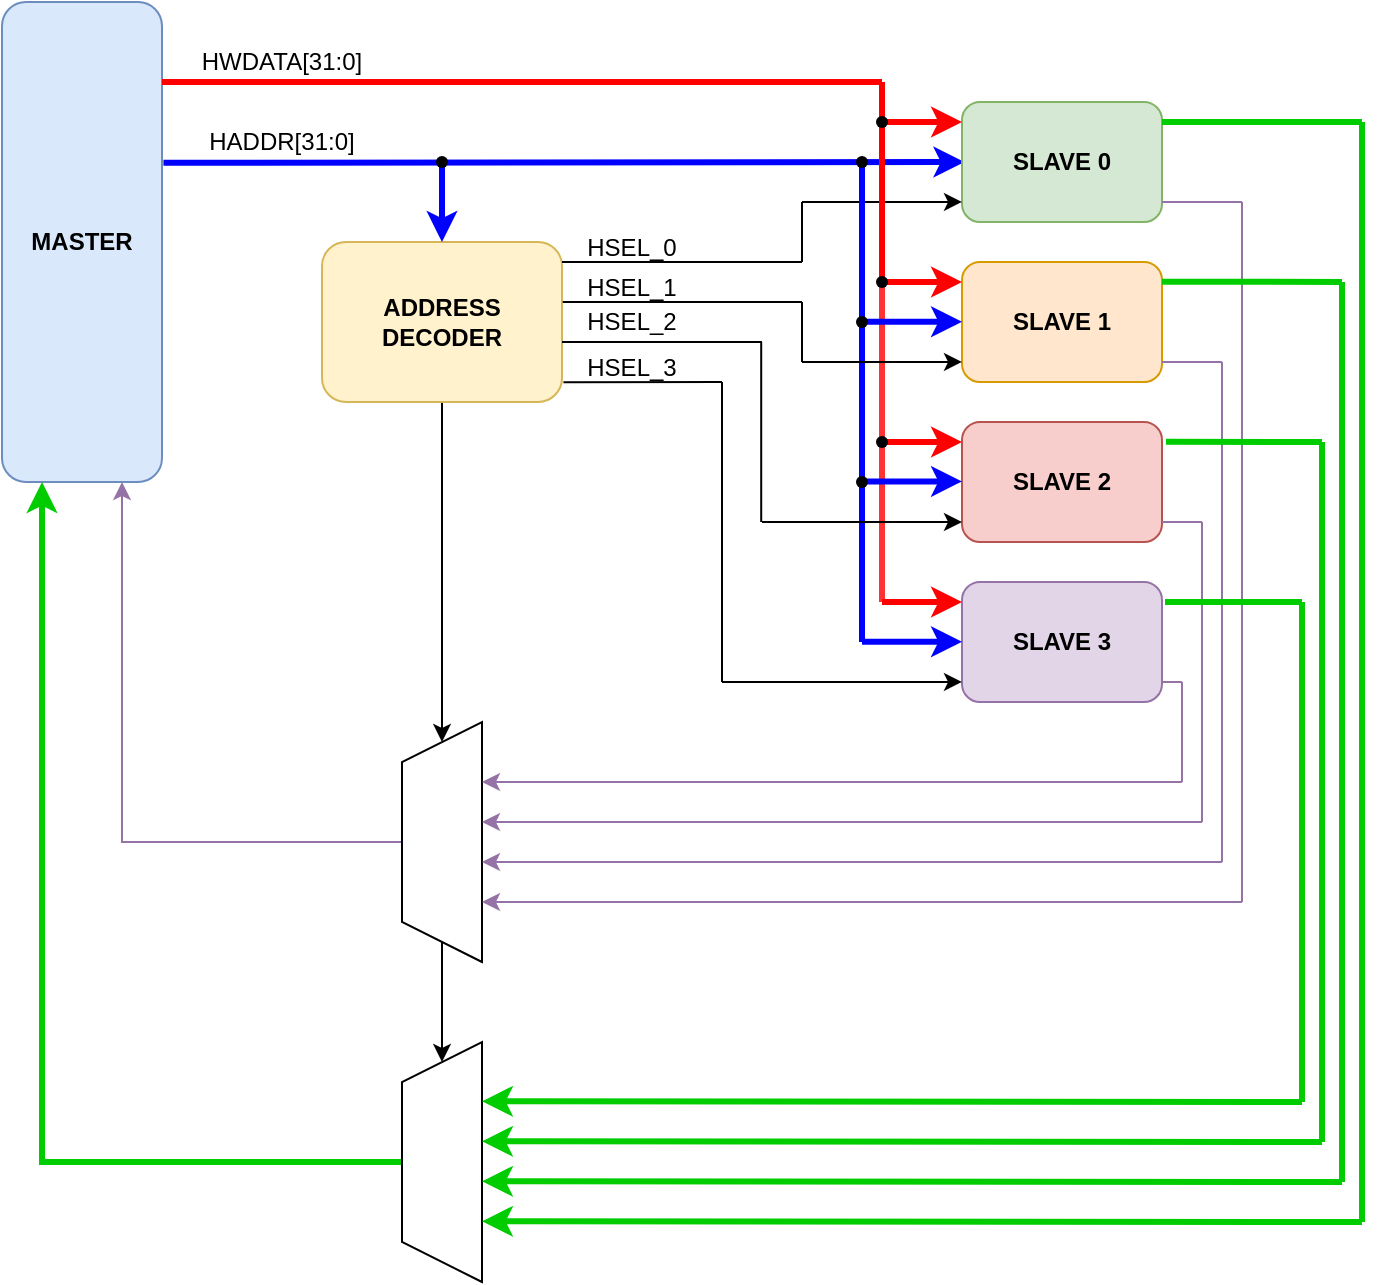
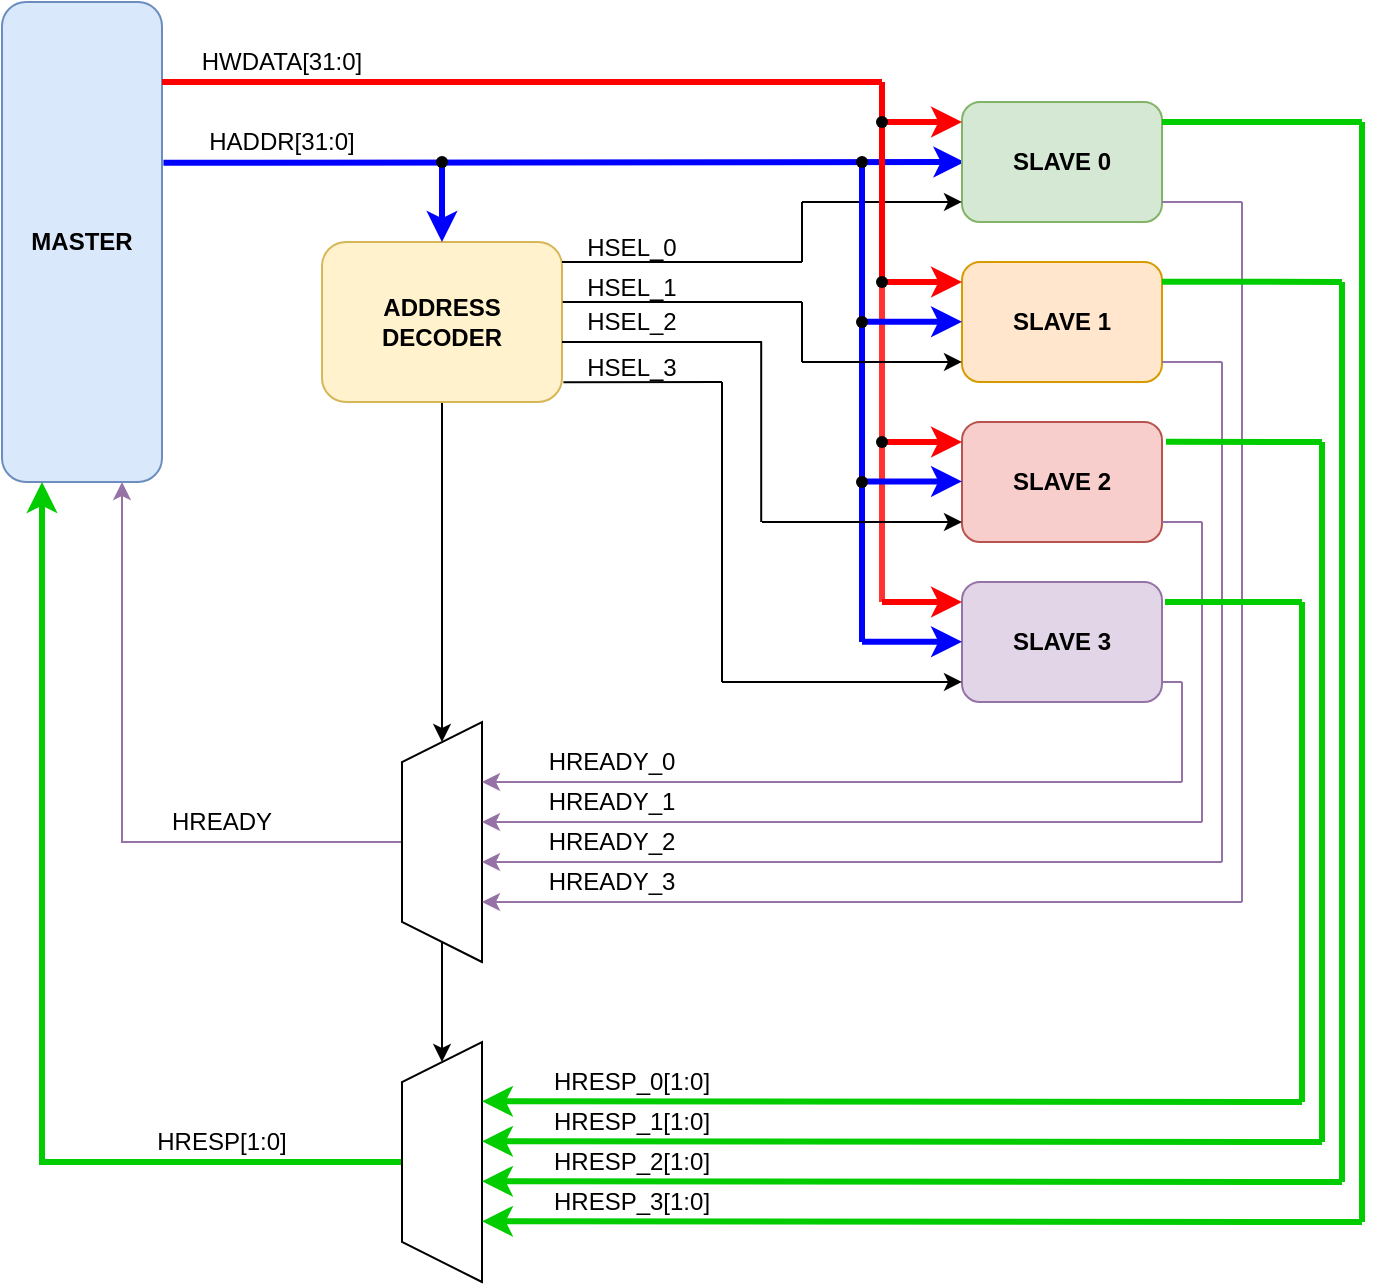
<mxfile host="app.diagrams.net" agent="Mozilla/5.0 (Windows NT 10.0; Win64; x64) AppleWebKit/537.36 (KHTML, like Gecko) Chrome/144.0.0.0 Safari/537.36 Edg/144.0.0.0" pages="4">
  <diagram id="00dOMP4ly3Yvcw6Omt_P" name="AHB Block Diagram">
-     <mxGraphModel dx="637" dy="921" grid="1" gridSize="10" guides="1" tooltips="1" connect="1" arrows="1" fold="1" page="1" pageScale="1" pageWidth="850" pageHeight="1100" math="0" shadow="0">
+     <mxGraphModel dx="364" dy="526" grid="1" gridSize="10" guides="1" tooltips="1" connect="1" arrows="1" fold="1" page="1" pageScale="1" pageWidth="850" pageHeight="1100" math="0" shadow="0">
      <root>
        <mxCell id="0" />
        <mxCell id="1" parent="0" />
        <mxCell id="WVtcaOnAu4kVJNJomXHp-1" parent="1" style="rounded=1;whiteSpace=wrap;html=1;fillColor=#dae8fc;strokeColor=#6c8ebf;" value="&lt;b&gt;MASTER&lt;/b&gt;" vertex="1">
          <mxGeometry height="240" width="80" x="80" y="160" as="geometry" />
        </mxCell>
        <mxCell id="WVtcaOnAu4kVJNJomXHp-55" edge="1" parent="1" source="WVtcaOnAu4kVJNJomXHp-3" style="edgeStyle=orthogonalEdgeStyle;rounded=0;orthogonalLoop=1;jettySize=auto;html=1;entryX=1;entryY=0.5;entryDx=0;entryDy=0;" target="WVtcaOnAu4kVJNJomXHp-53">
          <mxGeometry relative="1" as="geometry" />
        </mxCell>
        <mxCell id="WVtcaOnAu4kVJNJomXHp-3" parent="1" style="rounded=1;whiteSpace=wrap;html=1;fillColor=#fff2cc;strokeColor=#d6b656;" value="&lt;b&gt;ADDRESS DECODER&lt;/b&gt;" vertex="1">
          <mxGeometry height="80" width="120" x="240" y="280" as="geometry" />
        </mxCell>
        <mxCell id="WVtcaOnAu4kVJNJomXHp-4" edge="1" parent="1" source="WVtcaOnAu4kVJNJomXHp-1" style="endArrow=classic;html=1;rounded=0;exitX=1.009;exitY=0.335;exitDx=0;exitDy=0;exitPerimeter=0;strokeWidth=3;strokeColor=#0000FF;" value="">
          <mxGeometry height="50" relative="1" width="50" as="geometry">
            <mxPoint x="170" y="240" as="sourcePoint" />
            <mxPoint x="561.2" y="240" as="targetPoint" />
          </mxGeometry>
        </mxCell>
        <mxCell id="WVtcaOnAu4kVJNJomXHp-5" edge="1" parent="1" source="WVtcaOnAu4kVJNJomXHp-6" style="endArrow=classic;html=1;rounded=0;entryX=0.5;entryY=0;entryDx=0;entryDy=0;strokeWidth=3;strokeColor=#0000FF;" target="WVtcaOnAu4kVJNJomXHp-3" value="">
          <mxGeometry height="50" relative="1" width="50" as="geometry">
            <mxPoint x="340" y="240" as="sourcePoint" />
            <mxPoint x="390" y="190" as="targetPoint" />
          </mxGeometry>
        </mxCell>
        <mxCell id="WVtcaOnAu4kVJNJomXHp-6" parent="1" style="shape=waypoint;sketch=0;fillStyle=solid;size=6;pointerEvents=1;points=[];fillColor=none;resizable=0;rotatable=0;perimeter=centerPerimeter;snapToPoint=1;" value="" vertex="1">
          <mxGeometry height="20" width="20" x="290" y="230" as="geometry" />
        </mxCell>
        <mxCell id="WVtcaOnAu4kVJNJomXHp-7" parent="1" style="rounded=1;whiteSpace=wrap;html=1;fillColor=#d5e8d4;strokeColor=#82b366;fontStyle=1" value="SLAVE 0" vertex="1">
          <mxGeometry height="60" width="100" x="560" y="210" as="geometry" />
        </mxCell>
        <mxCell id="WVtcaOnAu4kVJNJomXHp-8" parent="1" style="rounded=1;whiteSpace=wrap;html=1;fillColor=#ffe6cc;strokeColor=#d79b00;fontStyle=1" value="SLAVE 1" vertex="1">
          <mxGeometry height="60" width="100" x="560" y="290" as="geometry" />
        </mxCell>
        <mxCell id="WVtcaOnAu4kVJNJomXHp-9" parent="1" style="rounded=1;whiteSpace=wrap;html=1;fillColor=#f8cecc;strokeColor=#b85450;fontStyle=1" value="SLAVE 2" vertex="1">
          <mxGeometry height="60" width="100" x="560" y="370" as="geometry" />
        </mxCell>
        <mxCell id="WVtcaOnAu4kVJNJomXHp-10" parent="1" style="rounded=1;whiteSpace=wrap;html=1;fillColor=#e1d5e7;strokeColor=#9673a6;fontStyle=1" value="SLAVE 3" vertex="1">
          <mxGeometry height="60" width="100" x="560" y="450" as="geometry" />
        </mxCell>
        <mxCell id="WVtcaOnAu4kVJNJomXHp-11" edge="1" parent="1" source="WVtcaOnAu4kVJNJomXHp-3" style="endArrow=none;html=1;rounded=0;exitX=1;exitY=0.125;exitDx=0;exitDy=0;exitPerimeter=0;" value="">
          <mxGeometry height="50" relative="1" width="50" as="geometry">
            <mxPoint x="410" y="290" as="sourcePoint" />
            <mxPoint x="480" y="290" as="targetPoint" />
          </mxGeometry>
        </mxCell>
        <mxCell id="WVtcaOnAu4kVJNJomXHp-12" edge="1" parent="1" style="endArrow=none;html=1;rounded=0;" value="">
          <mxGeometry height="50" relative="1" width="50" as="geometry">
            <mxPoint x="480" y="290" as="sourcePoint" />
            <mxPoint x="480" y="260" as="targetPoint" />
          </mxGeometry>
        </mxCell>
        <mxCell id="WVtcaOnAu4kVJNJomXHp-13" edge="1" parent="1" style="endArrow=classic;html=1;rounded=0;entryX=0;entryY=0.833;entryDx=0;entryDy=0;entryPerimeter=0;" target="WVtcaOnAu4kVJNJomXHp-7" value="">
          <mxGeometry height="50" relative="1" width="50" as="geometry">
            <mxPoint x="480" y="260" as="sourcePoint" />
            <mxPoint x="540" y="260" as="targetPoint" />
          </mxGeometry>
        </mxCell>
        <mxCell id="WVtcaOnAu4kVJNJomXHp-18" edge="1" parent="1" style="endArrow=none;html=1;rounded=0;strokeWidth=3;strokeColor=#FF0000;" value="">
          <mxGeometry height="50" relative="1" width="50" as="geometry">
            <mxPoint x="160" y="200" as="sourcePoint" />
            <mxPoint x="520" y="200" as="targetPoint" />
          </mxGeometry>
        </mxCell>
        <mxCell id="WVtcaOnAu4kVJNJomXHp-19" edge="1" parent="1" source="WVtcaOnAu4kVJNJomXHp-25" style="endArrow=none;html=1;rounded=0;strokeWidth=3;strokeColor=#FF0000;" value="">
          <mxGeometry height="50" relative="1" width="50" as="geometry">
            <mxPoint x="520" y="380" as="sourcePoint" />
            <mxPoint x="520" y="200" as="targetPoint" />
          </mxGeometry>
        </mxCell>
        <mxCell id="WVtcaOnAu4kVJNJomXHp-20" edge="1" parent="1" style="endArrow=classic;html=1;rounded=0;entryX=0;entryY=0.167;entryDx=0;entryDy=0;entryPerimeter=0;strokeWidth=3;strokeColor=#FF0000;" target="WVtcaOnAu4kVJNJomXHp-7" value="">
          <mxGeometry height="50" relative="1" width="50" as="geometry">
            <mxPoint x="520" y="220" as="sourcePoint" />
            <mxPoint x="570" y="170" as="targetPoint" />
          </mxGeometry>
        </mxCell>
        <mxCell id="WVtcaOnAu4kVJNJomXHp-22" edge="1" parent="1" style="endArrow=classic;html=1;rounded=0;entryX=0;entryY=0.167;entryDx=0;entryDy=0;entryPerimeter=0;strokeWidth=3;strokeColor=#FF0000;" value="">
          <mxGeometry height="50" relative="1" width="50" as="geometry">
            <mxPoint x="520" y="300" as="sourcePoint" />
            <mxPoint x="560" y="300" as="targetPoint" />
          </mxGeometry>
        </mxCell>
        <mxCell id="WVtcaOnAu4kVJNJomXHp-23" parent="1" style="shape=waypoint;sketch=0;fillStyle=solid;size=6;pointerEvents=1;points=[];fillColor=none;resizable=0;rotatable=0;perimeter=centerPerimeter;snapToPoint=1;" value="" vertex="1">
          <mxGeometry height="20" width="20" x="510" y="210" as="geometry" />
        </mxCell>
        <mxCell id="WVtcaOnAu4kVJNJomXHp-24" edge="1" parent="1" style="endArrow=classic;html=1;rounded=0;entryX=0;entryY=0.167;entryDx=0;entryDy=0;entryPerimeter=0;strokeWidth=3;strokeColor=#FF0000;" value="">
          <mxGeometry height="50" relative="1" width="50" as="geometry">
            <mxPoint x="520" y="380" as="sourcePoint" />
            <mxPoint x="560" y="380" as="targetPoint" />
          </mxGeometry>
        </mxCell>
        <mxCell id="WVtcaOnAu4kVJNJomXHp-26" edge="1" parent="1" style="endArrow=none;html=1;rounded=0;strokeWidth=3;strokeColor=#FF3333;" target="WVtcaOnAu4kVJNJomXHp-25" value="">
          <mxGeometry height="50" relative="1" width="50" as="geometry">
            <mxPoint x="520" y="460" as="sourcePoint" />
            <mxPoint x="520" y="200" as="targetPoint" />
          </mxGeometry>
        </mxCell>
        <mxCell id="WVtcaOnAu4kVJNJomXHp-25" parent="1" style="shape=waypoint;sketch=0;fillStyle=solid;size=6;pointerEvents=1;points=[];fillColor=none;resizable=0;rotatable=0;perimeter=centerPerimeter;snapToPoint=1;" value="" vertex="1">
          <mxGeometry height="20" width="20" x="510" y="290" as="geometry" />
        </mxCell>
        <mxCell id="WVtcaOnAu4kVJNJomXHp-27" edge="1" parent="1" style="endArrow=none;html=1;rounded=0;strokeWidth=3;strokeColor=#0000FF;" target="WVtcaOnAu4kVJNJomXHp-30" value="">
          <mxGeometry height="50" relative="1" width="50" as="geometry">
            <mxPoint x="510" y="480" as="sourcePoint" />
            <mxPoint x="510" y="240" as="targetPoint" />
          </mxGeometry>
        </mxCell>
        <mxCell id="WVtcaOnAu4kVJNJomXHp-28" edge="1" parent="1" style="endArrow=classic;html=1;rounded=0;entryX=0;entryY=0.167;entryDx=0;entryDy=0;entryPerimeter=0;strokeWidth=3;strokeColor=#0000FF;" value="">
          <mxGeometry height="50" relative="1" width="50" as="geometry">
            <mxPoint x="510" y="399.72" as="sourcePoint" />
            <mxPoint x="560" y="399.72" as="targetPoint" />
          </mxGeometry>
        </mxCell>
        <mxCell id="WVtcaOnAu4kVJNJomXHp-29" edge="1" parent="1" style="endArrow=classic;html=1;rounded=0;entryX=0;entryY=0.167;entryDx=0;entryDy=0;entryPerimeter=0;strokeWidth=3;strokeColor=#0000FF;" value="">
          <mxGeometry height="50" relative="1" width="50" as="geometry">
            <mxPoint x="510" y="319.86" as="sourcePoint" />
            <mxPoint x="560" y="319.86" as="targetPoint" />
          </mxGeometry>
        </mxCell>
        <mxCell id="WVtcaOnAu4kVJNJomXHp-30" parent="1" style="shape=waypoint;sketch=0;fillStyle=solid;size=6;pointerEvents=1;points=[];fillColor=none;resizable=0;rotatable=0;perimeter=centerPerimeter;snapToPoint=1;" value="" vertex="1">
          <mxGeometry height="20" width="20" x="500.0000000000001" y="230" as="geometry" />
        </mxCell>
        <mxCell id="WVtcaOnAu4kVJNJomXHp-31" parent="1" style="shape=waypoint;sketch=0;fillStyle=solid;size=6;pointerEvents=1;points=[];fillColor=none;resizable=0;rotatable=0;perimeter=centerPerimeter;snapToPoint=1;" value="" vertex="1">
          <mxGeometry height="20" width="20" x="500" y="310" as="geometry" />
        </mxCell>
        <mxCell id="WVtcaOnAu4kVJNJomXHp-32" edge="1" parent="1" style="endArrow=classic;html=1;rounded=0;entryX=0;entryY=0.167;entryDx=0;entryDy=0;entryPerimeter=0;strokeWidth=3;strokeColor=#FF0000;" value="">
          <mxGeometry height="50" relative="1" width="50" as="geometry">
            <mxPoint x="520" y="460" as="sourcePoint" />
            <mxPoint x="560" y="460" as="targetPoint" />
          </mxGeometry>
        </mxCell>
        <mxCell id="WVtcaOnAu4kVJNJomXHp-33" edge="1" parent="1" style="endArrow=classic;html=1;rounded=0;entryX=0;entryY=0.167;entryDx=0;entryDy=0;entryPerimeter=0;strokeWidth=3;strokeColor=#0000FF;" value="">
          <mxGeometry height="50" relative="1" width="50" as="geometry">
            <mxPoint x="510" y="479.88" as="sourcePoint" />
            <mxPoint x="560" y="479.88" as="targetPoint" />
          </mxGeometry>
        </mxCell>
        <mxCell id="WVtcaOnAu4kVJNJomXHp-34" parent="1" style="shape=waypoint;sketch=0;fillStyle=solid;size=6;pointerEvents=1;points=[];fillColor=none;resizable=0;rotatable=0;perimeter=centerPerimeter;snapToPoint=1;" value="" vertex="1">
          <mxGeometry height="20" width="20" x="510" y="370" as="geometry" />
        </mxCell>
        <mxCell id="WVtcaOnAu4kVJNJomXHp-35" parent="1" style="shape=waypoint;sketch=0;fillStyle=solid;size=6;pointerEvents=1;points=[];fillColor=none;resizable=0;rotatable=0;perimeter=centerPerimeter;snapToPoint=1;" value="" vertex="1">
          <mxGeometry height="20" width="20" x="500" y="390" as="geometry" />
        </mxCell>
        <mxCell id="WVtcaOnAu4kVJNJomXHp-38" edge="1" parent="1" source="WVtcaOnAu4kVJNJomXHp-3" style="endArrow=none;html=1;rounded=0;exitX=1.003;exitY=0.375;exitDx=0;exitDy=0;exitPerimeter=0;" value="">
          <mxGeometry height="50" relative="1" width="50" as="geometry">
            <mxPoint x="400" y="310" as="sourcePoint" />
            <mxPoint x="480" y="310" as="targetPoint" />
          </mxGeometry>
        </mxCell>
        <mxCell id="WVtcaOnAu4kVJNJomXHp-39" edge="1" parent="1" source="WVtcaOnAu4kVJNJomXHp-3" style="endArrow=none;html=1;rounded=0;exitX=1;exitY=0.625;exitDx=0;exitDy=0;exitPerimeter=0;" value="">
          <mxGeometry height="50" relative="1" width="50" as="geometry">
            <mxPoint x="400" y="330" as="sourcePoint" />
            <mxPoint x="460" y="330" as="targetPoint" />
          </mxGeometry>
        </mxCell>
        <mxCell id="WVtcaOnAu4kVJNJomXHp-40" edge="1" parent="1" source="WVtcaOnAu4kVJNJomXHp-3" style="endArrow=none;html=1;rounded=0;exitX=1.006;exitY=0.877;exitDx=0;exitDy=0;exitPerimeter=0;" value="">
          <mxGeometry height="50" relative="1" width="50" as="geometry">
            <mxPoint x="400" y="350" as="sourcePoint" />
            <mxPoint x="440" y="350" as="targetPoint" />
          </mxGeometry>
        </mxCell>
        <mxCell id="WVtcaOnAu4kVJNJomXHp-41" edge="1" parent="1" style="endArrow=none;html=1;rounded=0;" value="">
          <mxGeometry height="50" relative="1" width="50" as="geometry">
            <mxPoint x="440" y="500" as="sourcePoint" />
            <mxPoint x="440" y="350" as="targetPoint" />
          </mxGeometry>
        </mxCell>
        <mxCell id="WVtcaOnAu4kVJNJomXHp-42" edge="1" parent="1" style="endArrow=classic;html=1;rounded=0;entryX=0;entryY=0.833;entryDx=0;entryDy=0;entryPerimeter=0;" target="WVtcaOnAu4kVJNJomXHp-10" value="">
          <mxGeometry height="50" relative="1" width="50" as="geometry">
            <mxPoint x="440" y="499.98" as="sourcePoint" />
            <mxPoint x="470" y="450" as="targetPoint" />
          </mxGeometry>
        </mxCell>
        <mxCell id="WVtcaOnAu4kVJNJomXHp-43" edge="1" parent="1" style="endArrow=none;html=1;rounded=0;" value="">
          <mxGeometry height="50" relative="1" width="50" as="geometry">
            <mxPoint x="459.6" y="420" as="sourcePoint" />
            <mxPoint x="459.6" y="330" as="targetPoint" />
          </mxGeometry>
        </mxCell>
        <mxCell id="WVtcaOnAu4kVJNJomXHp-44" edge="1" parent="1" style="endArrow=classic;html=1;rounded=0;entryX=0;entryY=0.833;entryDx=0;entryDy=0;entryPerimeter=0;" value="">
          <mxGeometry height="50" relative="1" width="50" as="geometry">
            <mxPoint x="460" y="420" as="sourcePoint" />
            <mxPoint x="560" y="420" as="targetPoint" />
          </mxGeometry>
        </mxCell>
        <mxCell id="WVtcaOnAu4kVJNJomXHp-45" edge="1" parent="1" style="endArrow=none;html=1;rounded=0;" value="">
          <mxGeometry height="50" relative="1" width="50" as="geometry">
            <mxPoint x="480" y="340" as="sourcePoint" />
            <mxPoint x="480" y="310" as="targetPoint" />
          </mxGeometry>
        </mxCell>
        <mxCell id="WVtcaOnAu4kVJNJomXHp-46" edge="1" parent="1" style="endArrow=classic;html=1;rounded=0;entryX=0;entryY=0.833;entryDx=0;entryDy=0;entryPerimeter=0;" target="WVtcaOnAu4kVJNJomXHp-8" value="">
          <mxGeometry height="50" relative="1" width="50" as="geometry">
            <mxPoint x="480" y="340" as="sourcePoint" />
            <mxPoint x="550" y="340" as="targetPoint" />
          </mxGeometry>
        </mxCell>
        <mxCell id="WVtcaOnAu4kVJNJomXHp-47" parent="1" style="text;html=1;whiteSpace=wrap;strokeColor=none;fillColor=none;align=center;verticalAlign=middle;rounded=0;" value="HSEL_0" vertex="1">
          <mxGeometry height="15" width="60" x="365" y="275" as="geometry" />
        </mxCell>
        <mxCell id="WVtcaOnAu4kVJNJomXHp-48" parent="1" style="text;html=1;whiteSpace=wrap;strokeColor=none;fillColor=none;align=center;verticalAlign=middle;rounded=0;" value="HSEL_1" vertex="1">
          <mxGeometry height="15" width="60" x="365" y="295" as="geometry" />
        </mxCell>
        <mxCell id="WVtcaOnAu4kVJNJomXHp-49" parent="1" style="text;html=1;whiteSpace=wrap;strokeColor=none;fillColor=none;align=center;verticalAlign=middle;rounded=0;" value="HSEL_2" vertex="1">
          <mxGeometry height="7.5" width="60" x="365" y="316.25" as="geometry" />
        </mxCell>
        <mxCell id="WVtcaOnAu4kVJNJomXHp-50" parent="1" style="text;html=1;whiteSpace=wrap;strokeColor=none;fillColor=none;align=center;verticalAlign=middle;rounded=0;" value="HSEL_3" vertex="1">
          <mxGeometry height="15" width="60" x="365" y="335" as="geometry" />
        </mxCell>
        <mxCell id="WVtcaOnAu4kVJNJomXHp-51" parent="1" style="text;html=1;whiteSpace=wrap;strokeColor=none;fillColor=none;align=center;verticalAlign=middle;rounded=0;" value="HWDATA[31:0]" vertex="1">
          <mxGeometry height="20" width="80" x="180" y="180" as="geometry" />
        </mxCell>
        <mxCell id="WVtcaOnAu4kVJNJomXHp-52" parent="1" style="text;html=1;whiteSpace=wrap;strokeColor=none;fillColor=none;align=center;verticalAlign=middle;rounded=0;" value="HADDR[31:0]" vertex="1">
          <mxGeometry height="20" width="80" x="180" y="220" as="geometry" />
        </mxCell>
        <mxCell id="WVtcaOnAu4kVJNJomXHp-84" edge="1" parent="1" source="WVtcaOnAu4kVJNJomXHp-53" style="edgeStyle=orthogonalEdgeStyle;rounded=0;orthogonalLoop=1;jettySize=auto;html=1;entryX=0.75;entryY=1;entryDx=0;entryDy=0;fillColor=#e1d5e7;strokeColor=#9673a6;" target="WVtcaOnAu4kVJNJomXHp-1">
          <mxGeometry relative="1" as="geometry" />
        </mxCell>
        <mxCell id="WVtcaOnAu4kVJNJomXHp-53" parent="1" style="shape=trapezoid;perimeter=trapezoidPerimeter;whiteSpace=wrap;html=1;fixedSize=1;rotation=-90;" value="" vertex="1">
          <mxGeometry height="40" width="120" x="240" y="560" as="geometry" />
        </mxCell>
        <mxCell id="WVtcaOnAu4kVJNJomXHp-85" edge="1" parent="1" source="WVtcaOnAu4kVJNJomXHp-54" style="edgeStyle=orthogonalEdgeStyle;rounded=0;orthogonalLoop=1;jettySize=auto;html=1;entryX=0.25;entryY=1;entryDx=0;entryDy=0;fillColor=#d5e8d4;strokeColor=#00CC00;strokeWidth=3;" target="WVtcaOnAu4kVJNJomXHp-1">
          <mxGeometry relative="1" as="geometry" />
        </mxCell>
        <mxCell id="WVtcaOnAu4kVJNJomXHp-54" parent="1" style="shape=trapezoid;perimeter=trapezoidPerimeter;whiteSpace=wrap;html=1;fixedSize=1;rotation=-90;" value="" vertex="1">
          <mxGeometry height="40" width="120" x="240" y="720" as="geometry" />
        </mxCell>
        <mxCell id="WVtcaOnAu4kVJNJomXHp-56" edge="1" parent="1" source="WVtcaOnAu4kVJNJomXHp-53" style="endArrow=classic;html=1;rounded=0;exitX=0;exitY=0.5;exitDx=0;exitDy=0;entryX=1;entryY=0.5;entryDx=0;entryDy=0;" target="WVtcaOnAu4kVJNJomXHp-54" value="">
          <mxGeometry height="50" relative="1" width="50" as="geometry">
            <mxPoint x="360" y="680" as="sourcePoint" />
            <mxPoint x="410" y="630" as="targetPoint" />
          </mxGeometry>
        </mxCell>
        <mxCell id="WVtcaOnAu4kVJNJomXHp-58" edge="1" parent="1" style="endArrow=classic;html=1;rounded=0;fillColor=#e1d5e7;strokeColor=#9673a6;" value="">
          <mxGeometry height="50" relative="1" width="50" as="geometry">
            <mxPoint x="670" y="550" as="sourcePoint" />
            <mxPoint x="320" y="550" as="targetPoint" />
          </mxGeometry>
        </mxCell>
        <mxCell id="WVtcaOnAu4kVJNJomXHp-59" edge="1" parent="1" style="endArrow=classic;html=1;rounded=0;fillColor=#e1d5e7;strokeColor=#9673a6;" value="">
          <mxGeometry height="50" relative="1" width="50" as="geometry">
            <mxPoint x="680" y="570" as="sourcePoint" />
            <mxPoint x="320" y="570" as="targetPoint" />
          </mxGeometry>
        </mxCell>
        <mxCell id="WVtcaOnAu4kVJNJomXHp-60" edge="1" parent="1" style="endArrow=classic;html=1;rounded=0;fillColor=#e1d5e7;strokeColor=#9673a6;" value="">
          <mxGeometry height="50" relative="1" width="50" as="geometry">
            <mxPoint x="690" y="590" as="sourcePoint" />
            <mxPoint x="320" y="590" as="targetPoint" />
          </mxGeometry>
        </mxCell>
        <mxCell id="WVtcaOnAu4kVJNJomXHp-61" edge="1" parent="1" style="endArrow=classic;html=1;rounded=0;fillColor=#e1d5e7;strokeColor=#9673a6;" value="">
          <mxGeometry height="50" relative="1" width="50" as="geometry">
            <mxPoint x="700" y="610" as="sourcePoint" />
            <mxPoint x="320" y="610" as="targetPoint" />
          </mxGeometry>
        </mxCell>
        <mxCell id="WVtcaOnAu4kVJNJomXHp-62" edge="1" parent="1" style="endArrow=none;html=1;rounded=0;fillColor=#e1d5e7;strokeColor=#9673a6;" value="">
          <mxGeometry height="50" relative="1" width="50" as="geometry">
            <mxPoint x="670" y="550" as="sourcePoint" />
            <mxPoint x="670" y="500" as="targetPoint" />
          </mxGeometry>
        </mxCell>
        <mxCell id="WVtcaOnAu4kVJNJomXHp-63" edge="1" parent="1" style="endArrow=none;html=1;rounded=0;fillColor=#e1d5e7;strokeColor=#9673a6;" value="">
          <mxGeometry height="50" relative="1" width="50" as="geometry">
            <mxPoint x="660" y="500" as="sourcePoint" />
            <mxPoint x="670" y="500" as="targetPoint" />
          </mxGeometry>
        </mxCell>
        <mxCell id="WVtcaOnAu4kVJNJomXHp-64" edge="1" parent="1" style="endArrow=none;html=1;rounded=0;fillColor=#e1d5e7;strokeColor=#9673a6;" value="">
          <mxGeometry height="50" relative="1" width="50" as="geometry">
            <mxPoint x="680" y="570" as="sourcePoint" />
            <mxPoint x="680" y="420" as="targetPoint" />
          </mxGeometry>
        </mxCell>
        <mxCell id="WVtcaOnAu4kVJNJomXHp-65" edge="1" parent="1" style="endArrow=none;html=1;rounded=0;fillColor=#e1d5e7;strokeColor=#9673a6;" value="">
          <mxGeometry height="50" relative="1" width="50" as="geometry">
            <mxPoint x="660" y="420" as="sourcePoint" />
            <mxPoint x="680" y="420" as="targetPoint" />
          </mxGeometry>
        </mxCell>
        <mxCell id="WVtcaOnAu4kVJNJomXHp-66" edge="1" parent="1" style="endArrow=none;html=1;rounded=0;fillColor=#e1d5e7;strokeColor=#9673a6;" value="">
          <mxGeometry height="50" relative="1" width="50" as="geometry">
            <mxPoint x="690" y="590" as="sourcePoint" />
            <mxPoint x="690" y="340" as="targetPoint" />
          </mxGeometry>
        </mxCell>
        <mxCell id="WVtcaOnAu4kVJNJomXHp-67" edge="1" parent="1" style="endArrow=none;html=1;rounded=0;fillColor=#e1d5e7;strokeColor=#9673a6;" value="">
          <mxGeometry height="50" relative="1" width="50" as="geometry">
            <mxPoint x="660" y="340" as="sourcePoint" />
            <mxPoint x="690" y="340" as="targetPoint" />
          </mxGeometry>
        </mxCell>
        <mxCell id="WVtcaOnAu4kVJNJomXHp-69" edge="1" parent="1" style="endArrow=none;html=1;rounded=0;fillColor=#e1d5e7;strokeColor=#9673a6;" value="">
          <mxGeometry height="50" relative="1" width="50" as="geometry">
            <mxPoint x="700" y="610" as="sourcePoint" />
            <mxPoint x="700" y="260" as="targetPoint" />
          </mxGeometry>
        </mxCell>
        <mxCell id="WVtcaOnAu4kVJNJomXHp-71" edge="1" parent="1" style="endArrow=none;html=1;rounded=0;fillColor=#e1d5e7;strokeColor=#9673a6;" value="">
          <mxGeometry height="50" relative="1" width="50" as="geometry">
            <mxPoint x="660" y="260" as="sourcePoint" />
            <mxPoint x="700" y="260" as="targetPoint" />
          </mxGeometry>
        </mxCell>
        <mxCell id="WVtcaOnAu4kVJNJomXHp-72" edge="1" parent="1" style="endArrow=classic;html=1;rounded=0;strokeColor=#00CC00;strokeWidth=3;" value="">
          <mxGeometry height="50" relative="1" width="50" as="geometry">
            <mxPoint x="730" y="710" as="sourcePoint" />
            <mxPoint x="320" y="709.66" as="targetPoint" />
          </mxGeometry>
        </mxCell>
        <mxCell id="WVtcaOnAu4kVJNJomXHp-73" edge="1" parent="1" style="endArrow=classic;html=1;rounded=0;strokeColor=#00CC00;strokeWidth=3;" value="">
          <mxGeometry height="50" relative="1" width="50" as="geometry">
            <mxPoint x="740" y="730" as="sourcePoint" />
            <mxPoint x="320" y="729.66" as="targetPoint" />
          </mxGeometry>
        </mxCell>
        <mxCell id="WVtcaOnAu4kVJNJomXHp-74" edge="1" parent="1" style="endArrow=classic;html=1;rounded=0;strokeColor=#00CC00;strokeWidth=3;" value="">
          <mxGeometry height="50" relative="1" width="50" as="geometry">
            <mxPoint x="750" y="750" as="sourcePoint" />
            <mxPoint x="320" y="749.66" as="targetPoint" />
          </mxGeometry>
        </mxCell>
        <mxCell id="WVtcaOnAu4kVJNJomXHp-75" edge="1" parent="1" style="endArrow=classic;html=1;rounded=0;strokeColor=#00CC00;strokeWidth=3;" value="">
          <mxGeometry height="50" relative="1" width="50" as="geometry">
            <mxPoint x="760" y="770" as="sourcePoint" />
            <mxPoint x="320" y="769.66" as="targetPoint" />
          </mxGeometry>
        </mxCell>
        <mxCell id="WVtcaOnAu4kVJNJomXHp-76" edge="1" parent="1" style="endArrow=none;html=1;rounded=0;strokeColor=#00CC00;strokeWidth=3;" value="">
          <mxGeometry height="50" relative="1" width="50" as="geometry">
            <mxPoint x="730" y="710" as="sourcePoint" />
            <mxPoint x="730" y="460" as="targetPoint" />
          </mxGeometry>
        </mxCell>
        <mxCell id="WVtcaOnAu4kVJNJomXHp-77" edge="1" parent="1" style="endArrow=none;html=1;rounded=0;strokeColor=#00CC00;strokeWidth=3;" value="">
          <mxGeometry height="50" relative="1" width="50" as="geometry">
            <mxPoint x="740" y="730" as="sourcePoint" />
            <mxPoint x="740" y="380" as="targetPoint" />
          </mxGeometry>
        </mxCell>
        <mxCell id="WVtcaOnAu4kVJNJomXHp-78" edge="1" parent="1" style="endArrow=none;html=1;rounded=0;strokeColor=#00CC00;strokeWidth=3;" value="">
          <mxGeometry height="50" relative="1" width="50" as="geometry">
            <mxPoint x="750" y="750" as="sourcePoint" />
            <mxPoint x="750" y="300" as="targetPoint" />
          </mxGeometry>
        </mxCell>
        <mxCell id="WVtcaOnAu4kVJNJomXHp-79" edge="1" parent="1" style="endArrow=none;html=1;rounded=0;strokeColor=#00CC00;strokeWidth=3;" value="">
          <mxGeometry height="50" relative="1" width="50" as="geometry">
            <mxPoint x="760" y="770" as="sourcePoint" />
            <mxPoint x="760" y="220" as="targetPoint" />
          </mxGeometry>
        </mxCell>
        <mxCell id="WVtcaOnAu4kVJNJomXHp-80" edge="1" parent="1" source="WVtcaOnAu4kVJNJomXHp-10" style="endArrow=none;html=1;rounded=0;exitX=1.015;exitY=0.166;exitDx=0;exitDy=0;exitPerimeter=0;strokeColor=#00CC00;strokeWidth=3;" value="">
          <mxGeometry height="50" relative="1" width="50" as="geometry">
            <mxPoint x="680" y="510" as="sourcePoint" />
            <mxPoint x="730" y="460" as="targetPoint" />
          </mxGeometry>
        </mxCell>
        <mxCell id="WVtcaOnAu4kVJNJomXHp-81" edge="1" parent="1" style="endArrow=none;html=1;rounded=0;exitX=1.015;exitY=0.166;exitDx=0;exitDy=0;exitPerimeter=0;strokeColor=#00CC00;strokeWidth=3;" value="">
          <mxGeometry height="50" relative="1" width="50" as="geometry">
            <mxPoint x="662" y="379.87" as="sourcePoint" />
            <mxPoint x="740" y="380" as="targetPoint" />
          </mxGeometry>
        </mxCell>
        <mxCell id="WVtcaOnAu4kVJNJomXHp-82" edge="1" parent="1" style="endArrow=none;html=1;rounded=0;exitX=1.015;exitY=0.166;exitDx=0;exitDy=0;exitPerimeter=0;strokeColor=#00CC00;strokeWidth=3;" value="">
          <mxGeometry height="50" relative="1" width="50" as="geometry">
            <mxPoint x="660" y="299.83" as="sourcePoint" />
            <mxPoint x="750" y="300" as="targetPoint" />
          </mxGeometry>
        </mxCell>
        <mxCell id="WVtcaOnAu4kVJNJomXHp-83" edge="1" parent="1" style="endArrow=none;html=1;rounded=0;exitX=1.015;exitY=0.166;exitDx=0;exitDy=0;exitPerimeter=0;strokeColor=#00CC00;strokeWidth=3;" value="">
          <mxGeometry height="50" relative="1" width="50" as="geometry">
            <mxPoint x="660" y="220" as="sourcePoint" />
            <mxPoint x="760" y="220" as="targetPoint" />
          </mxGeometry>
+         </mxCell>
+         <mxCell id="WVtcaOnAu4kVJNJomXHp-86" parent="1" style="text;html=1;whiteSpace=wrap;strokeColor=none;fillColor=none;align=center;verticalAlign=middle;rounded=0;" value="HREADY_0" vertex="1">
+           <mxGeometry height="20" width="80" x="345" y="530" as="geometry" />
+         </mxCell>
+         <mxCell id="WVtcaOnAu4kVJNJomXHp-87" parent="1" style="text;html=1;whiteSpace=wrap;strokeColor=none;fillColor=none;align=center;verticalAlign=middle;rounded=0;" value="HREADY_1" vertex="1">
+           <mxGeometry height="20" width="80" x="345" y="550" as="geometry" />
+         </mxCell>
+         <mxCell id="WVtcaOnAu4kVJNJomXHp-88" parent="1" style="text;html=1;whiteSpace=wrap;strokeColor=none;fillColor=none;align=center;verticalAlign=middle;rounded=0;" value="HREADY_2" vertex="1">
+           <mxGeometry height="20" width="80" x="345" y="570" as="geometry" />
+         </mxCell>
+         <mxCell id="WVtcaOnAu4kVJNJomXHp-92" parent="1" style="text;html=1;whiteSpace=wrap;strokeColor=none;fillColor=none;align=center;verticalAlign=middle;rounded=0;" value="HREADY_3" vertex="1">
+           <mxGeometry height="20" width="80" x="345" y="590" as="geometry" />
+         </mxCell>
+         <mxCell id="WVtcaOnAu4kVJNJomXHp-93" parent="1" style="text;html=1;whiteSpace=wrap;strokeColor=none;fillColor=none;align=center;verticalAlign=middle;rounded=0;" value="HRESP_0[1:0]" vertex="1">
+           <mxGeometry height="20" width="80" x="355" y="690" as="geometry" />
+         </mxCell>
+         <mxCell id="WVtcaOnAu4kVJNJomXHp-94" parent="1" style="text;html=1;whiteSpace=wrap;strokeColor=none;fillColor=none;align=center;verticalAlign=middle;rounded=0;" value="HRESP_1[1:0]" vertex="1">
+           <mxGeometry height="20" width="80" x="355" y="710" as="geometry" />
+         </mxCell>
+         <mxCell id="WVtcaOnAu4kVJNJomXHp-95" parent="1" style="text;html=1;whiteSpace=wrap;strokeColor=none;fillColor=none;align=center;verticalAlign=middle;rounded=0;" value="HRESP_2[1:0]" vertex="1">
+           <mxGeometry height="20" width="80" x="355" y="730" as="geometry" />
+         </mxCell>
+         <mxCell id="WVtcaOnAu4kVJNJomXHp-96" parent="1" style="text;html=1;whiteSpace=wrap;strokeColor=none;fillColor=none;align=center;verticalAlign=middle;rounded=0;" value="HRESP_3[1:0]" vertex="1">
+           <mxGeometry height="20" width="80" x="355" y="750" as="geometry" />
+         </mxCell>
+         <mxCell id="WVtcaOnAu4kVJNJomXHp-97" parent="1" style="text;html=1;whiteSpace=wrap;strokeColor=none;fillColor=none;align=center;verticalAlign=middle;rounded=0;" value="HRESP[1:0]" vertex="1">
+           <mxGeometry height="20" width="80" x="150" y="720" as="geometry" />
+         </mxCell>
+         <mxCell id="WVtcaOnAu4kVJNJomXHp-98" parent="1" style="text;html=1;whiteSpace=wrap;strokeColor=none;fillColor=none;align=center;verticalAlign=middle;rounded=0;" value="HREADY" vertex="1">
+           <mxGeometry height="20" width="80" x="150" y="560" as="geometry" />
        </mxCell>
      </root>
    </mxGraphModel>
  </diagram>
  <diagram name="AHB Interface" id="AxdGKtdG9Rmgfqjtrl1U">
    <mxGraphModel dx="2046" dy="1106" grid="1" gridSize="10" guides="1" tooltips="1" connect="1" arrows="1" fold="1" page="1" pageScale="1" pageWidth="850" pageHeight="1100" math="0" shadow="0">
      <root>
        <mxCell id="0" />
        <mxCell id="1" parent="0" />
        <mxCell id="BZ9neWvH9tw47nREzwFn-1" parent="1" style="rounded=0;whiteSpace=wrap;html=1;" value="&lt;font style=&quot;font-size: 16px;&quot;&gt;&lt;b&gt;Manager&lt;/b&gt;&lt;/font&gt;" vertex="1">
          <mxGeometry height="200" width="120" x="400" y="80" as="geometry" />
        </mxCell>
        <mxCell id="BZ9neWvH9tw47nREzwFn-2" edge="1" parent="1" style="endArrow=classic;html=1;rounded=0;" value="">
          <mxGeometry height="50" relative="1" width="50" as="geometry">
            <mxPoint x="360" y="100" as="sourcePoint" />
            <mxPoint x="400" y="100" as="targetPoint" />
          </mxGeometry>
        </mxCell>
        <mxCell id="BZ9neWvH9tw47nREzwFn-3" edge="1" parent="1" style="endArrow=classic;html=1;rounded=0;" value="">
          <mxGeometry height="50" relative="1" width="50" as="geometry">
            <mxPoint x="360" y="120" as="sourcePoint" />
            <mxPoint x="400" y="120" as="targetPoint" />
          </mxGeometry>
        </mxCell>
        <mxCell id="BZ9neWvH9tw47nREzwFn-4" parent="1" style="text;html=1;whiteSpace=wrap;strokeColor=none;fillColor=none;align=center;verticalAlign=middle;rounded=0;fontStyle=1" value="HCLK" vertex="1">
          <mxGeometry height="20" width="40" x="320" y="90" as="geometry" />
        </mxCell>
        <mxCell id="BZ9neWvH9tw47nREzwFn-5" parent="1" style="text;html=1;whiteSpace=wrap;strokeColor=none;fillColor=none;align=center;verticalAlign=middle;rounded=0;fontStyle=1" value="HRESETn" vertex="1">
          <mxGeometry height="20" width="60" x="300" y="110" as="geometry" />
        </mxCell>
        <mxCell id="BZ9neWvH9tw47nREzwFn-6" parent="1" style="text;html=1;whiteSpace=wrap;strokeColor=none;fillColor=none;align=center;verticalAlign=middle;rounded=0;fontStyle=1" value="HREADY" vertex="1">
          <mxGeometry height="20" width="60" x="300" y="150" as="geometry" />
        </mxCell>
        <mxCell id="BZ9neWvH9tw47nREzwFn-7" edge="1" parent="1" style="endArrow=classic;html=1;rounded=0;" value="">
          <mxGeometry height="50" relative="1" width="50" as="geometry">
            <mxPoint x="360" y="160" as="sourcePoint" />
            <mxPoint x="400" y="160" as="targetPoint" />
          </mxGeometry>
        </mxCell>
        <mxCell id="BZ9neWvH9tw47nREzwFn-8" edge="1" parent="1" style="endArrow=classic;html=1;rounded=0;" value="">
          <mxGeometry height="50" relative="1" width="50" as="geometry">
            <mxPoint x="360" y="180" as="sourcePoint" />
            <mxPoint x="400" y="180" as="targetPoint" />
          </mxGeometry>
        </mxCell>
        <mxCell id="BZ9neWvH9tw47nREzwFn-9" parent="1" style="text;html=1;whiteSpace=wrap;strokeColor=none;fillColor=none;align=center;verticalAlign=middle;rounded=0;fontStyle=1" value="HSELx" vertex="1">
          <mxGeometry height="20" width="60" x="310" y="430" as="geometry" />
        </mxCell>
        <mxCell id="BZ9neWvH9tw47nREzwFn-10" edge="1" parent="1" style="endArrow=classic;html=1;rounded=0;" value="">
          <mxGeometry height="50" relative="1" width="50" as="geometry">
            <mxPoint x="360" y="260" as="sourcePoint" />
            <mxPoint x="400" y="260" as="targetPoint" />
          </mxGeometry>
        </mxCell>
        <mxCell id="BZ9neWvH9tw47nREzwFn-11" parent="1" style="text;html=1;whiteSpace=wrap;strokeColor=none;fillColor=none;align=center;verticalAlign=middle;rounded=0;fontStyle=1" value="HRDATA[31:0]" vertex="1">
          <mxGeometry height="20" width="90" x="270" y="250" as="geometry" />
        </mxCell>
        <mxCell id="BZ9neWvH9tw47nREzwFn-12" edge="1" parent="1" style="endArrow=classic;html=1;rounded=0;" value="">
          <mxGeometry height="50" relative="1" width="50" as="geometry">
            <mxPoint x="520" y="99.83" as="sourcePoint" />
            <mxPoint x="560" y="99.83" as="targetPoint" />
          </mxGeometry>
        </mxCell>
        <mxCell id="BZ9neWvH9tw47nREzwFn-13" edge="1" parent="1" style="endArrow=classic;html=1;rounded=0;" value="">
          <mxGeometry height="50" relative="1" width="50" as="geometry">
            <mxPoint x="520" y="119.83" as="sourcePoint" />
            <mxPoint x="560" y="119.83" as="targetPoint" />
          </mxGeometry>
        </mxCell>
        <mxCell id="BZ9neWvH9tw47nREzwFn-14" edge="1" parent="1" style="endArrow=classic;html=1;rounded=0;" value="">
          <mxGeometry height="50" relative="1" width="50" as="geometry">
            <mxPoint x="520" y="159.83" as="sourcePoint" />
            <mxPoint x="560" y="159.83" as="targetPoint" />
          </mxGeometry>
        </mxCell>
        <mxCell id="BZ9neWvH9tw47nREzwFn-15" edge="1" parent="1" style="endArrow=classic;html=1;rounded=0;" value="">
          <mxGeometry height="50" relative="1" width="50" as="geometry">
            <mxPoint x="520" y="140" as="sourcePoint" />
            <mxPoint x="560" y="140" as="targetPoint" />
          </mxGeometry>
        </mxCell>
        <mxCell id="BZ9neWvH9tw47nREzwFn-16" edge="1" parent="1" style="endArrow=classic;html=1;rounded=0;" value="">
          <mxGeometry height="50" relative="1" width="50" as="geometry">
            <mxPoint x="520" y="179.83" as="sourcePoint" />
            <mxPoint x="560" y="179.83" as="targetPoint" />
          </mxGeometry>
        </mxCell>
        <mxCell id="BZ9neWvH9tw47nREzwFn-17" edge="1" parent="1" style="endArrow=classic;html=1;rounded=0;" value="">
          <mxGeometry height="50" relative="1" width="50" as="geometry">
            <mxPoint x="520" y="200" as="sourcePoint" />
            <mxPoint x="560" y="200" as="targetPoint" />
          </mxGeometry>
        </mxCell>
        <mxCell id="BZ9neWvH9tw47nREzwFn-18" parent="1" style="text;html=1;whiteSpace=wrap;strokeColor=none;fillColor=none;align=center;verticalAlign=middle;rounded=0;fontStyle=1" value="HADDR[31:0]" vertex="1">
          <mxGeometry height="20" width="80" x="560" y="90" as="geometry" />
        </mxCell>
        <mxCell id="BZ9neWvH9tw47nREzwFn-19" parent="1" style="text;html=1;whiteSpace=wrap;strokeColor=none;fillColor=none;align=center;verticalAlign=middle;rounded=0;fontStyle=1" value="HWRITE" vertex="1">
          <mxGeometry height="20" width="60" x="560" y="110" as="geometry" />
        </mxCell>
        <mxCell id="BZ9neWvH9tw47nREzwFn-20" parent="1" style="text;html=1;whiteSpace=wrap;strokeColor=none;fillColor=none;align=center;verticalAlign=middle;rounded=0;fontStyle=1" value="HSIZE[2:0]" vertex="1">
          <mxGeometry height="20" width="70" x="560" y="130" as="geometry" />
        </mxCell>
        <mxCell id="BZ9neWvH9tw47nREzwFn-21" parent="1" style="text;html=1;whiteSpace=wrap;strokeColor=none;fillColor=none;align=center;verticalAlign=middle;rounded=0;fontStyle=1" value="HBURST[2:0]" vertex="1">
          <mxGeometry height="20" width="80" x="560" y="150" as="geometry" />
        </mxCell>
        <mxCell id="BZ9neWvH9tw47nREzwFn-22" parent="1" style="text;html=1;whiteSpace=wrap;strokeColor=none;fillColor=none;align=center;verticalAlign=middle;rounded=0;fontStyle=1" value="HPROT[3:0]" vertex="1">
          <mxGeometry height="20" width="80" x="560" y="170" as="geometry" />
        </mxCell>
        <mxCell id="BZ9neWvH9tw47nREzwFn-23" parent="1" style="text;html=1;whiteSpace=wrap;strokeColor=none;fillColor=none;align=center;verticalAlign=middle;rounded=0;fontStyle=1" value="HTRANS[1:0]" vertex="1">
          <mxGeometry height="20" width="80" x="560" y="190" as="geometry" />
        </mxCell>
        <mxCell id="BZ9neWvH9tw47nREzwFn-24" edge="1" parent="1" style="endArrow=classic;html=1;rounded=0;" value="">
          <mxGeometry height="50" relative="1" width="50" as="geometry">
            <mxPoint x="520" y="220" as="sourcePoint" />
            <mxPoint x="560" y="220" as="targetPoint" />
          </mxGeometry>
        </mxCell>
        <mxCell id="BZ9neWvH9tw47nREzwFn-25" parent="1" style="text;html=1;whiteSpace=wrap;strokeColor=none;fillColor=none;align=center;verticalAlign=middle;rounded=0;fontStyle=1" value="HMASTLOCK" vertex="1">
          <mxGeometry height="20" width="80" x="560" y="210" as="geometry" />
        </mxCell>
        <mxCell id="BZ9neWvH9tw47nREzwFn-26" edge="1" parent="1" style="endArrow=classic;html=1;rounded=0;" value="">
          <mxGeometry height="50" relative="1" width="50" as="geometry">
            <mxPoint x="520" y="259.8" as="sourcePoint" />
            <mxPoint x="560" y="259.8" as="targetPoint" />
          </mxGeometry>
        </mxCell>
        <mxCell id="BZ9neWvH9tw47nREzwFn-30" parent="1" style="text;html=1;whiteSpace=wrap;strokeColor=none;fillColor=none;align=center;verticalAlign=middle;rounded=0;fontStyle=1" value="HWDATA[31:0]" vertex="1">
          <mxGeometry height="20" width="95" x="555" y="250" as="geometry" />
        </mxCell>
        <mxCell id="BZ9neWvH9tw47nREzwFn-31" parent="1" style="rounded=0;whiteSpace=wrap;html=1;" value="&lt;font style=&quot;font-size: 16px;&quot;&gt;&lt;b&gt;Slave&lt;/b&gt;&lt;/font&gt;" vertex="1">
          <mxGeometry height="320" width="120" x="400" y="360" as="geometry" />
        </mxCell>
        <mxCell id="BZ9neWvH9tw47nREzwFn-32" edge="1" parent="1" style="endArrow=classic;html=1;rounded=0;" value="">
          <mxGeometry height="50" relative="1" width="50" as="geometry">
            <mxPoint x="360" y="489.83" as="sourcePoint" />
            <mxPoint x="400" y="489.83" as="targetPoint" />
          </mxGeometry>
        </mxCell>
        <mxCell id="BZ9neWvH9tw47nREzwFn-33" edge="1" parent="1" style="endArrow=classic;html=1;rounded=0;" value="">
          <mxGeometry height="50" relative="1" width="50" as="geometry">
            <mxPoint x="360" y="509.83" as="sourcePoint" />
            <mxPoint x="400" y="509.83" as="targetPoint" />
          </mxGeometry>
        </mxCell>
        <mxCell id="BZ9neWvH9tw47nREzwFn-34" edge="1" parent="1" style="endArrow=classic;html=1;rounded=0;" value="">
          <mxGeometry height="50" relative="1" width="50" as="geometry">
            <mxPoint x="360" y="549.83" as="sourcePoint" />
            <mxPoint x="400" y="549.83" as="targetPoint" />
          </mxGeometry>
        </mxCell>
        <mxCell id="BZ9neWvH9tw47nREzwFn-35" edge="1" parent="1" style="endArrow=classic;html=1;rounded=0;" value="">
          <mxGeometry height="50" relative="1" width="50" as="geometry">
            <mxPoint x="360" y="530" as="sourcePoint" />
            <mxPoint x="400" y="530" as="targetPoint" />
          </mxGeometry>
        </mxCell>
        <mxCell id="BZ9neWvH9tw47nREzwFn-36" edge="1" parent="1" style="endArrow=classic;html=1;rounded=0;" value="">
          <mxGeometry height="50" relative="1" width="50" as="geometry">
            <mxPoint x="360" y="569.83" as="sourcePoint" />
            <mxPoint x="400" y="569.83" as="targetPoint" />
          </mxGeometry>
        </mxCell>
        <mxCell id="BZ9neWvH9tw47nREzwFn-37" edge="1" parent="1" style="endArrow=classic;html=1;rounded=0;" value="">
          <mxGeometry height="50" relative="1" width="50" as="geometry">
            <mxPoint x="360" y="590" as="sourcePoint" />
            <mxPoint x="400" y="590" as="targetPoint" />
          </mxGeometry>
        </mxCell>
        <mxCell id="BZ9neWvH9tw47nREzwFn-38" parent="1" style="text;html=1;whiteSpace=wrap;strokeColor=none;fillColor=none;align=center;verticalAlign=middle;rounded=0;fontStyle=1" value="HADDR[31:0]" vertex="1">
          <mxGeometry height="20" width="80" x="275" y="480" as="geometry" />
        </mxCell>
        <mxCell id="BZ9neWvH9tw47nREzwFn-39" parent="1" style="text;html=1;whiteSpace=wrap;strokeColor=none;fillColor=none;align=center;verticalAlign=middle;rounded=0;fontStyle=1" value="HWRITE" vertex="1">
          <mxGeometry height="20" width="60" x="275" y="500" as="geometry" />
        </mxCell>
        <mxCell id="BZ9neWvH9tw47nREzwFn-40" parent="1" style="text;html=1;whiteSpace=wrap;strokeColor=none;fillColor=none;align=center;verticalAlign=middle;rounded=0;fontStyle=1" value="HSIZE[2:0]" vertex="1">
          <mxGeometry height="20" width="70" x="275" y="520" as="geometry" />
        </mxCell>
        <mxCell id="BZ9neWvH9tw47nREzwFn-41" parent="1" style="text;html=1;whiteSpace=wrap;strokeColor=none;fillColor=none;align=center;verticalAlign=middle;rounded=0;fontStyle=1" value="HBURST[2:0]" vertex="1">
          <mxGeometry height="20" width="80" x="275" y="540" as="geometry" />
        </mxCell>
        <mxCell id="BZ9neWvH9tw47nREzwFn-42" parent="1" style="text;html=1;whiteSpace=wrap;strokeColor=none;fillColor=none;align=center;verticalAlign=middle;rounded=0;fontStyle=1" value="HPROT[3:0]" vertex="1">
          <mxGeometry height="20" width="80" x="275" y="560" as="geometry" />
        </mxCell>
        <mxCell id="BZ9neWvH9tw47nREzwFn-43" parent="1" style="text;html=1;whiteSpace=wrap;strokeColor=none;fillColor=none;align=center;verticalAlign=middle;rounded=0;fontStyle=1" value="HTRANS[1:0]" vertex="1">
          <mxGeometry height="20" width="80" x="275" y="580" as="geometry" />
        </mxCell>
        <mxCell id="BZ9neWvH9tw47nREzwFn-44" edge="1" parent="1" style="endArrow=classic;html=1;rounded=0;" value="">
          <mxGeometry height="50" relative="1" width="50" as="geometry">
            <mxPoint x="360" y="610" as="sourcePoint" />
            <mxPoint x="400" y="610" as="targetPoint" />
          </mxGeometry>
        </mxCell>
        <mxCell id="BZ9neWvH9tw47nREzwFn-45" parent="1" style="text;html=1;whiteSpace=wrap;strokeColor=none;fillColor=none;align=center;verticalAlign=middle;rounded=0;fontStyle=1" value="HMASTLOCK" vertex="1">
          <mxGeometry height="20" width="80" x="275" y="600" as="geometry" />
        </mxCell>
        <mxCell id="BZ9neWvH9tw47nREzwFn-46" edge="1" parent="1" style="endArrow=classic;html=1;rounded=0;" value="">
          <mxGeometry height="50" relative="1" width="50" as="geometry">
            <mxPoint x="360" y="649.8" as="sourcePoint" />
            <mxPoint x="400" y="649.8" as="targetPoint" />
          </mxGeometry>
        </mxCell>
        <mxCell id="BZ9neWvH9tw47nREzwFn-47" parent="1" style="text;html=1;whiteSpace=wrap;strokeColor=none;fillColor=none;align=center;verticalAlign=middle;rounded=0;fontStyle=1" value="HWDATA[31:0]" vertex="1">
          <mxGeometry height="20" width="95" x="270" y="640" as="geometry" />
        </mxCell>
        <mxCell id="BZ9neWvH9tw47nREzwFn-49" edge="1" parent="1" style="endArrow=classic;html=1;rounded=0;" value="">
          <mxGeometry height="50" relative="1" width="50" as="geometry">
            <mxPoint x="360" y="380" as="sourcePoint" />
            <mxPoint x="400" y="380" as="targetPoint" />
          </mxGeometry>
        </mxCell>
        <mxCell id="BZ9neWvH9tw47nREzwFn-50" edge="1" parent="1" style="endArrow=classic;html=1;rounded=0;" value="">
          <mxGeometry height="50" relative="1" width="50" as="geometry">
            <mxPoint x="360" y="400" as="sourcePoint" />
            <mxPoint x="400" y="400" as="targetPoint" />
          </mxGeometry>
        </mxCell>
        <mxCell id="BZ9neWvH9tw47nREzwFn-51" edge="1" parent="1" style="endArrow=classic;html=1;rounded=0;" value="">
          <mxGeometry height="50" relative="1" width="50" as="geometry">
            <mxPoint x="360" y="440" as="sourcePoint" />
            <mxPoint x="400" y="440" as="targetPoint" />
          </mxGeometry>
        </mxCell>
        <mxCell id="BZ9neWvH9tw47nREzwFn-52" parent="1" style="text;html=1;whiteSpace=wrap;strokeColor=none;fillColor=none;align=center;verticalAlign=middle;rounded=0;fontStyle=1" value="HCLK" vertex="1">
          <mxGeometry height="20" width="40" x="320" y="370" as="geometry" />
        </mxCell>
        <mxCell id="BZ9neWvH9tw47nREzwFn-53" parent="1" style="text;html=1;whiteSpace=wrap;strokeColor=none;fillColor=none;align=center;verticalAlign=middle;rounded=0;fontStyle=1" value="HRESETn" vertex="1">
          <mxGeometry height="20" width="60" x="300" y="390" as="geometry" />
        </mxCell>
        <mxCell id="BZ9neWvH9tw47nREzwFn-54" parent="1" style="shape=curlyBracket;whiteSpace=wrap;html=1;rounded=1;labelPosition=left;verticalLabelPosition=middle;align=right;verticalAlign=middle;" value="" vertex="1">
          <mxGeometry height="35" width="20" x="230" y="90" as="geometry" />
        </mxCell>
        <mxCell id="BZ9neWvH9tw47nREzwFn-55" parent="1" style="text;html=1;whiteSpace=wrap;strokeColor=none;fillColor=none;align=center;verticalAlign=middle;rounded=0;fontStyle=1" value="HRESP" vertex="1">
          <mxGeometry height="20" width="60" x="300" y="170" as="geometry" />
        </mxCell>
        <mxCell id="BZ9neWvH9tw47nREzwFn-56" parent="1" style="shape=curlyBracket;whiteSpace=wrap;html=1;rounded=1;labelPosition=left;verticalLabelPosition=middle;align=right;verticalAlign=middle;" value="" vertex="1">
          <mxGeometry height="140" width="20" x="230" y="480" as="geometry" />
        </mxCell>
        <mxCell id="BZ9neWvH9tw47nREzwFn-57" parent="1" style="shape=curlyBracket;whiteSpace=wrap;html=1;rounded=1;labelPosition=left;verticalLabelPosition=middle;align=right;verticalAlign=middle;rotation=-180;" value="" vertex="1">
          <mxGeometry height="135" width="20" x="650" y="90" as="geometry" />
        </mxCell>
        <mxCell id="BZ9neWvH9tw47nREzwFn-58" parent="1" style="text;html=1;whiteSpace=wrap;strokeColor=none;fillColor=none;align=center;verticalAlign=middle;rounded=0;fontStyle=1" value="&lt;span style=&quot;font-weight: normal;&quot;&gt;Global signals&lt;/span&gt;" vertex="1">
          <mxGeometry height="20" width="90" x="140" y="97.5" as="geometry" />
        </mxCell>
        <mxCell id="BZ9neWvH9tw47nREzwFn-59" parent="1" style="text;html=1;whiteSpace=wrap;strokeColor=none;fillColor=none;align=center;verticalAlign=middle;rounded=0;fontStyle=1" value="&lt;span style=&quot;font-weight: normal;&quot;&gt;Transfer response&lt;/span&gt;" vertex="1">
          <mxGeometry height="20" width="60" x="170" y="157.5" as="geometry" />
        </mxCell>
        <mxCell id="BZ9neWvH9tw47nREzwFn-60" parent="1" style="text;html=1;whiteSpace=wrap;strokeColor=none;fillColor=none;align=center;verticalAlign=middle;rounded=0;fontStyle=1" value="&lt;span style=&quot;font-weight: normal;&quot;&gt;Data&lt;/span&gt;" vertex="1">
          <mxGeometry height="20" width="60" x="170" y="250" as="geometry" />
        </mxCell>
        <mxCell id="BZ9neWvH9tw47nREzwFn-61" parent="1" style="text;html=1;whiteSpace=wrap;strokeColor=none;fillColor=none;align=center;verticalAlign=middle;rounded=0;fontStyle=1" value="&lt;span style=&quot;font-weight: normal;&quot;&gt;Address and control signals&lt;/span&gt;" vertex="1">
          <mxGeometry height="37.5" width="90" x="670" y="140" as="geometry" />
        </mxCell>
        <mxCell id="BZ9neWvH9tw47nREzwFn-62" parent="1" style="shape=curlyBracket;whiteSpace=wrap;html=1;rounded=1;labelPosition=left;verticalLabelPosition=middle;align=right;verticalAlign=middle;" value="" vertex="1">
          <mxGeometry height="35" width="20" x="230" y="150" as="geometry" />
        </mxCell>
        <mxCell id="BZ9neWvH9tw47nREzwFn-63" parent="1" style="text;html=1;whiteSpace=wrap;strokeColor=none;fillColor=none;align=center;verticalAlign=middle;rounded=0;fontStyle=1" value="&lt;span style=&quot;font-weight: normal;&quot;&gt;Address and control signals&lt;/span&gt;" vertex="1">
          <mxGeometry height="37.5" width="90" x="140" y="531" as="geometry" />
        </mxCell>
        <mxCell id="BZ9neWvH9tw47nREzwFn-64" parent="1" style="shape=curlyBracket;whiteSpace=wrap;html=1;rounded=1;labelPosition=left;verticalLabelPosition=middle;align=right;verticalAlign=middle;" value="" vertex="1">
          <mxGeometry height="35" width="20" x="230" y="375" as="geometry" />
        </mxCell>
        <mxCell id="BZ9neWvH9tw47nREzwFn-65" parent="1" style="text;html=1;whiteSpace=wrap;strokeColor=none;fillColor=none;align=center;verticalAlign=middle;rounded=0;fontStyle=1" value="&lt;span style=&quot;font-weight: normal;&quot;&gt;Global signals&lt;/span&gt;" vertex="1">
          <mxGeometry height="20" width="90" x="140" y="382.5" as="geometry" />
        </mxCell>
        <mxCell id="BZ9neWvH9tw47nREzwFn-66" parent="1" style="text;html=1;whiteSpace=wrap;strokeColor=none;fillColor=none;align=center;verticalAlign=middle;rounded=0;fontStyle=1" value="&lt;span style=&quot;font-weight: normal;&quot;&gt;Data&lt;/span&gt;" vertex="1">
          <mxGeometry height="20" width="60" x="670" y="250" as="geometry" />
        </mxCell>
        <mxCell id="BZ9neWvH9tw47nREzwFn-67" edge="1" parent="1" style="endArrow=classic;html=1;rounded=0;" value="">
          <mxGeometry height="50" relative="1" width="50" as="geometry">
            <mxPoint x="520" y="490" as="sourcePoint" />
            <mxPoint x="560" y="490" as="targetPoint" />
          </mxGeometry>
        </mxCell>
        <mxCell id="BZ9neWvH9tw47nREzwFn-68" edge="1" parent="1" style="endArrow=classic;html=1;rounded=0;" value="">
          <mxGeometry height="50" relative="1" width="50" as="geometry">
            <mxPoint x="520" y="510" as="sourcePoint" />
            <mxPoint x="560" y="510" as="targetPoint" />
          </mxGeometry>
        </mxCell>
        <mxCell id="BZ9neWvH9tw47nREzwFn-69" parent="1" style="text;html=1;whiteSpace=wrap;strokeColor=none;fillColor=none;align=center;verticalAlign=middle;rounded=0;fontStyle=1" value="HREADY" vertex="1">
          <mxGeometry height="20" width="60" x="560" y="480" as="geometry" />
        </mxCell>
        <mxCell id="BZ9neWvH9tw47nREzwFn-70" parent="1" style="text;html=1;whiteSpace=wrap;strokeColor=none;fillColor=none;align=center;verticalAlign=middle;rounded=0;fontStyle=1" value="HRESP" vertex="1">
          <mxGeometry height="20" width="60" x="560" y="500" as="geometry" />
        </mxCell>
        <mxCell id="BZ9neWvH9tw47nREzwFn-71" edge="1" parent="1" style="endArrow=classic;html=1;rounded=0;" value="">
          <mxGeometry height="50" relative="1" width="50" as="geometry">
            <mxPoint x="520" y="649.6600000000001" as="sourcePoint" />
            <mxPoint x="560" y="649.6600000000001" as="targetPoint" />
          </mxGeometry>
        </mxCell>
        <mxCell id="BZ9neWvH9tw47nREzwFn-72" parent="1" style="text;html=1;whiteSpace=wrap;strokeColor=none;fillColor=none;align=center;verticalAlign=middle;rounded=0;fontStyle=1" value="HRDATA[31:0]" vertex="1">
          <mxGeometry height="20" width="90" x="560" y="640" as="geometry" />
        </mxCell>
        <mxCell id="BZ9neWvH9tw47nREzwFn-73" parent="1" style="text;html=1;whiteSpace=wrap;strokeColor=none;fillColor=none;align=center;verticalAlign=middle;rounded=0;fontStyle=1" value="&lt;span style=&quot;font-weight: normal;&quot;&gt;Data&lt;/span&gt;" vertex="1">
          <mxGeometry height="20" width="60" x="155" y="640" as="geometry" />
        </mxCell>
        <mxCell id="BZ9neWvH9tw47nREzwFn-74" parent="1" style="text;html=1;whiteSpace=wrap;strokeColor=none;fillColor=none;align=center;verticalAlign=middle;rounded=0;fontStyle=1" value="&lt;span style=&quot;font-weight: normal;&quot;&gt;Data&lt;/span&gt;" vertex="1">
          <mxGeometry height="20" width="50" x="675" y="640" as="geometry" />
        </mxCell>
        <mxCell id="BZ9neWvH9tw47nREzwFn-75" parent="1" style="text;html=1;whiteSpace=wrap;strokeColor=none;fillColor=none;align=center;verticalAlign=middle;rounded=0;fontStyle=1" value="&lt;span style=&quot;font-weight: normal;&quot;&gt;Transfer response&lt;/span&gt;" vertex="1">
          <mxGeometry height="20" width="60" x="670" y="487.5" as="geometry" />
        </mxCell>
        <mxCell id="BZ9neWvH9tw47nREzwFn-76" parent="1" style="shape=curlyBracket;whiteSpace=wrap;html=1;rounded=1;labelPosition=left;verticalLabelPosition=middle;align=right;verticalAlign=middle;rotation=-180;" value="" vertex="1">
          <mxGeometry height="35" width="20" x="640" y="480" as="geometry" />
        </mxCell>
        <mxCell id="BZ9neWvH9tw47nREzwFn-77" parent="1" style="text;html=1;whiteSpace=wrap;strokeColor=none;fillColor=none;align=center;verticalAlign=middle;rounded=0;fontStyle=1" value="&lt;span style=&quot;font-weight: normal;&quot;&gt;Select signal&lt;/span&gt;" vertex="1">
          <mxGeometry height="20" width="90" x="140" y="430" as="geometry" />
        </mxCell>
      </root>
    </mxGraphModel>
  </diagram>
  <diagram id="Hd4ECfvz_bm4RMetZK8C" name="Master Interface">
    <mxGraphModel dx="764" dy="1105" grid="1" gridSize="10" guides="1" tooltips="1" connect="1" arrows="1" fold="1" page="1" pageScale="1" pageWidth="850" pageHeight="1100" math="0" shadow="0">
      <root>
        <mxCell id="0" />
        <mxCell id="1" parent="0" />
      </root>
    </mxGraphModel>
  </diagram>
  <diagram id="AYzUWjTrgIps4r00h7mQ" name="Master FSM">
    <mxGraphModel dx="437" dy="631" grid="1" gridSize="10" guides="1" tooltips="1" connect="1" arrows="1" fold="1" page="1" pageScale="1" pageWidth="850" pageHeight="1100" math="0" shadow="0">
      <root>
        <mxCell id="0" />
        <mxCell id="1" parent="0" />
        <mxCell id="gUlQ52oibdo8bB1fHUDe-6" edge="1" parent="1" source="gUlQ52oibdo8bB1fHUDe-1" style="edgeStyle=orthogonalEdgeStyle;rounded=0;orthogonalLoop=1;jettySize=auto;html=1;exitX=1;exitY=0.5;exitDx=0;exitDy=0;entryX=0;entryY=0.5;entryDx=0;entryDy=0;" target="gUlQ52oibdo8bB1fHUDe-2">
          <mxGeometry relative="1" as="geometry" />
        </mxCell>
        <mxCell id="gUlQ52oibdo8bB1fHUDe-8" edge="1" parent="1" source="gUlQ52oibdo8bB1fHUDe-1" style="edgeStyle=orthogonalEdgeStyle;rounded=0;orthogonalLoop=1;jettySize=auto;html=1;entryX=0.5;entryY=0;entryDx=0;entryDy=0;" target="gUlQ52oibdo8bB1fHUDe-5">
          <mxGeometry relative="1" as="geometry" />
        </mxCell>
        <mxCell id="gUlQ52oibdo8bB1fHUDe-1" parent="1" style="ellipse;whiteSpace=wrap;html=1;" value="IDLE" vertex="1">
          <mxGeometry height="80" width="120" x="200" y="200" as="geometry" />
        </mxCell>
        <mxCell id="gUlQ52oibdo8bB1fHUDe-7" edge="1" parent="1" source="gUlQ52oibdo8bB1fHUDe-2" style="edgeStyle=orthogonalEdgeStyle;rounded=0;orthogonalLoop=1;jettySize=auto;html=1;entryX=0.5;entryY=0;entryDx=0;entryDy=0;" target="gUlQ52oibdo8bB1fHUDe-3">
          <mxGeometry relative="1" as="geometry" />
        </mxCell>
        <mxCell id="gUlQ52oibdo8bB1fHUDe-2" parent="1" style="ellipse;whiteSpace=wrap;html=1;" value="WR_ADDR_PHASE" vertex="1">
          <mxGeometry height="80" width="120" x="440" y="200" as="geometry" />
        </mxCell>
        <mxCell id="gUlQ52oibdo8bB1fHUDe-10" edge="1" parent="1" source="gUlQ52oibdo8bB1fHUDe-3" style="edgeStyle=orthogonalEdgeStyle;rounded=0;orthogonalLoop=1;jettySize=auto;html=1;entryX=0.5;entryY=0;entryDx=0;entryDy=0;" target="gUlQ52oibdo8bB1fHUDe-9">
          <mxGeometry relative="1" as="geometry" />
        </mxCell>
        <mxCell id="8WBKzOnGMAMBHIHuB8Qa-4" edge="1" parent="1" source="gUlQ52oibdo8bB1fHUDe-3" style="edgeStyle=orthogonalEdgeStyle;rounded=0;orthogonalLoop=1;jettySize=auto;html=1;entryX=1;entryY=0.5;entryDx=0;entryDy=0;" target="gUlQ52oibdo8bB1fHUDe-5">
          <mxGeometry relative="1" as="geometry" />
        </mxCell>
        <mxCell id="gUlQ52oibdo8bB1fHUDe-3" parent="1" style="ellipse;whiteSpace=wrap;html=1;" value="WR_DATA_PHASE" vertex="1">
          <mxGeometry height="80" width="120" x="440" y="360" as="geometry" />
        </mxCell>
        <mxCell id="gUlQ52oibdo8bB1fHUDe-11" edge="1" parent="1" source="gUlQ52oibdo8bB1fHUDe-4" style="edgeStyle=orthogonalEdgeStyle;rounded=0;orthogonalLoop=1;jettySize=auto;html=1;entryX=0;entryY=0.5;entryDx=0;entryDy=0;" target="gUlQ52oibdo8bB1fHUDe-9">
          <mxGeometry relative="1" as="geometry" />
        </mxCell>
        <mxCell id="8WBKzOnGMAMBHIHuB8Qa-6" edge="1" parent="1" source="gUlQ52oibdo8bB1fHUDe-4" style="edgeStyle=orthogonalEdgeStyle;rounded=0;orthogonalLoop=1;jettySize=auto;html=1;exitX=0;exitY=0.5;exitDx=0;exitDy=0;entryX=0;entryY=0.5;entryDx=0;entryDy=0;" target="gUlQ52oibdo8bB1fHUDe-1">
          <mxGeometry relative="1" as="geometry">
            <Array as="points">
              <mxPoint x="160.03" y="560.03" />
              <mxPoint x="160.03" y="240.03" />
            </Array>
          </mxGeometry>
        </mxCell>
        <mxCell id="gUlQ52oibdo8bB1fHUDe-4" parent="1" style="ellipse;whiteSpace=wrap;html=1;" value="RD_DATA_PHASE" vertex="1">
          <mxGeometry height="80" width="120" x="200" y="520" as="geometry" />
        </mxCell>
        <mxCell id="8WBKzOnGMAMBHIHuB8Qa-3" edge="1" parent="1" source="gUlQ52oibdo8bB1fHUDe-5" style="edgeStyle=orthogonalEdgeStyle;rounded=0;orthogonalLoop=1;jettySize=auto;html=1;" target="gUlQ52oibdo8bB1fHUDe-4" value="">
          <mxGeometry relative="1" as="geometry" />
        </mxCell>
        <mxCell id="gUlQ52oibdo8bB1fHUDe-5" parent="1" style="ellipse;whiteSpace=wrap;html=1;" value="RD_ADDR_PHASE" vertex="1">
          <mxGeometry height="80" width="120" x="200" y="360" as="geometry" />
        </mxCell>
        <mxCell id="gUlQ52oibdo8bB1fHUDe-9" parent="1" style="ellipse;whiteSpace=wrap;html=1;" value="WAIT_STATE" vertex="1">
          <mxGeometry height="80" width="120" x="440" y="520" as="geometry" />
        </mxCell>
        <mxCell id="8WBKzOnGMAMBHIHuB8Qa-1" edge="1" parent="1" source="gUlQ52oibdo8bB1fHUDe-5" style="endArrow=classic;html=1;rounded=0;entryX=0;entryY=0;entryDx=0;entryDy=0;exitX=1;exitY=1;exitDx=0;exitDy=0;" target="gUlQ52oibdo8bB1fHUDe-9" value="">
          <mxGeometry height="50" relative="1" width="50" as="geometry">
            <mxPoint x="350" y="490" as="sourcePoint" />
            <mxPoint x="400" y="440" as="targetPoint" />
          </mxGeometry>
        </mxCell>
        <mxCell id="8WBKzOnGMAMBHIHuB8Qa-5" edge="1" parent="1" source="gUlQ52oibdo8bB1fHUDe-3" style="endArrow=classic;html=1;rounded=0;exitX=0;exitY=0;exitDx=0;exitDy=0;entryX=1;entryY=1;entryDx=0;entryDy=0;" target="gUlQ52oibdo8bB1fHUDe-1" value="">
          <mxGeometry height="50" relative="1" width="50" as="geometry">
            <mxPoint x="370" y="340" as="sourcePoint" />
            <mxPoint x="420" y="290" as="targetPoint" />
          </mxGeometry>
        </mxCell>
      </root>
    </mxGraphModel>
  </diagram>
</mxfile>
